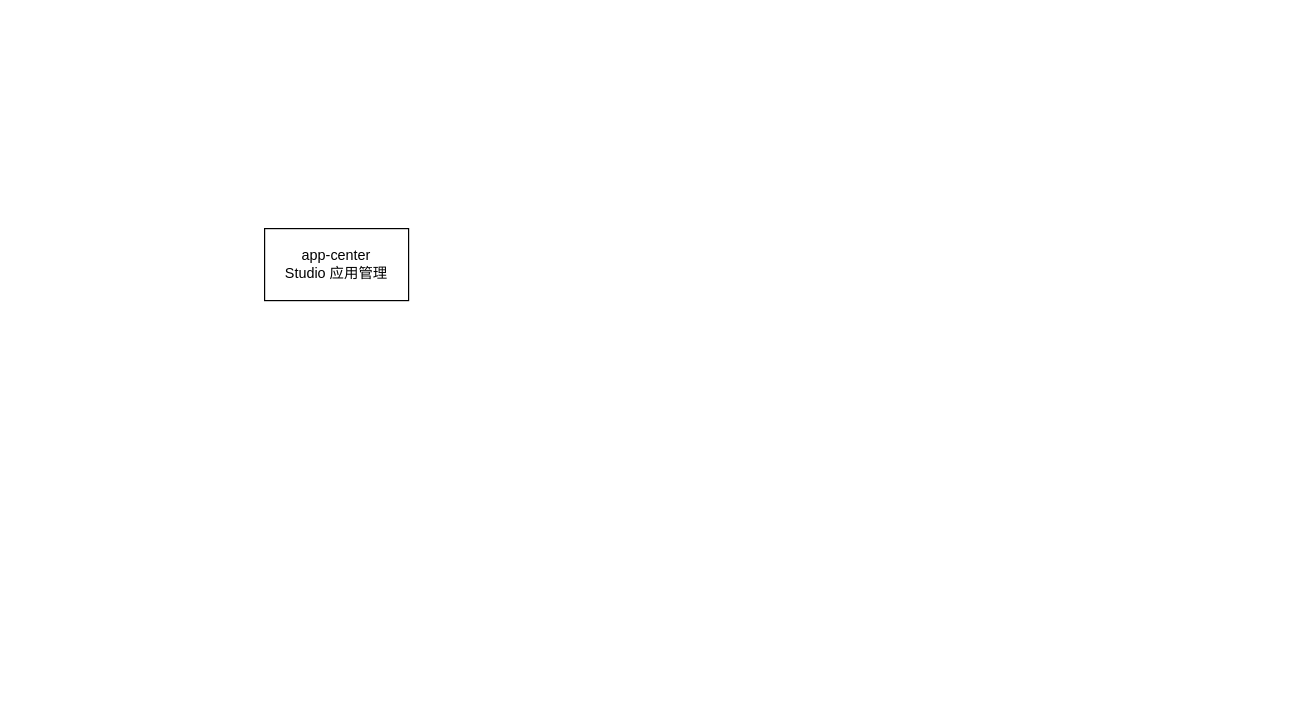
Before: 未命名绘图.drawio in JackDan9/soil, a draw.io diagram. Source tidied: cells renumbered, new cells numbered last; positions are measured from the earlier drawing's top-left corner, leaving out a move shared by most shapes. Both pictures are drawn from the tidied source at 120%, with x=0, y=0 at pixel (264, 228).
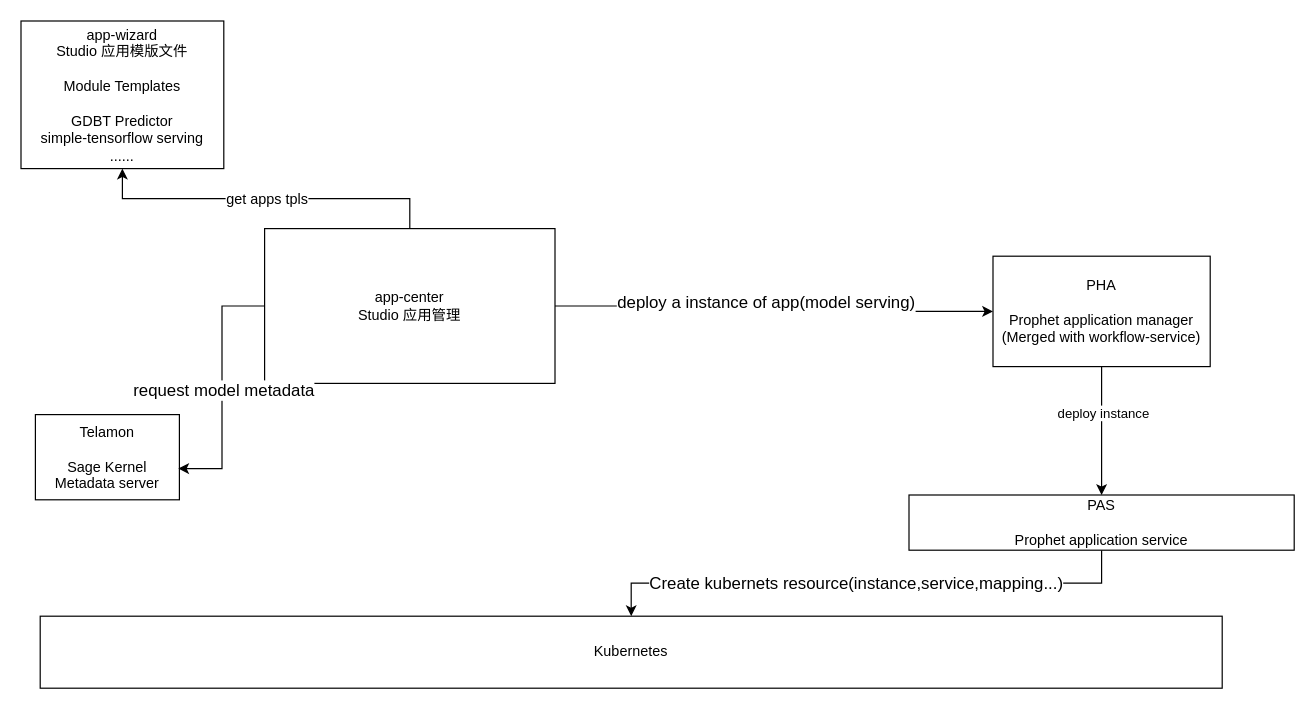
Above is the later version.

What changed in the source:
```diff
@@
 <mxGraphModel>
   <root>
     <mxCell id="0" />
     <mxCell id="1" parent="0" />
+    <mxCell id="3" style="edgeStyle=orthogonalEdgeStyle;rounded=0;jettySize=auto;html=1;exitX=0.5;exitY=0;exitDx=0;exitDy=0;entryX=0.5;entryY=1;entryDx=0;entryDy=0;" parent="1" edge="1" source="2" target="7">
+      <mxGeometry relative="1" as="geometry" />
+    </mxCell>
+    <mxCell id="4" value="&lt;font style=&quot;font-size: 12px;&quot;&gt;get apps tpls&lt;/font&gt;" style="edgeLabel;html=1;align=center;verticalAlign=middle;" parent="3" vertex="1">
+      <mxGeometry relative="1" as="geometry" />
+    </mxCell>
+    <mxCell id="5" style="edgeStyle=orthogonalEdgeStyle;rounded=0;jettySize=auto;html=1;" parent="1" edge="1" source="2" target="16">
+      <mxGeometry relative="1" as="geometry" />
+    </mxCell>
+    <mxCell id="6" value="&lt;font style=&quot;font-size: 14px;&quot;&gt;deploy a instance of app(model serving)&lt;/font&gt;" style="edgeLabel;html=1;align=center;verticalAlign=middle;rotation=0;" parent="5" vertex="1">
+      <mxGeometry x="-0.16" y="3" relative="1" as="geometry">
+        <mxPoint x="20" as="offset" />
+      </mxGeometry>
+    </mxCell>
     <mxCell id="2" value="app-center&lt;br&gt;Studio 应用管理" style="rounded=0;whiteSpace=wrap;html=1;" parent="1" vertex="1">
-      <mxGeometry width="120" height="60" as="geometry" />
+      <mxGeometry width="242" height="129" as="geometry" />
     </mxCell>
+    <mxCell id="7" value="app-wizard&lt;br&gt;Studio 应用模版文件&lt;br&gt;&lt;br&gt;Module Templates&lt;br&gt;&lt;br&gt;GDBT Predictor&lt;br&gt;simple-tensorflow serving&lt;br&gt;......" style="rounded=0;whiteSpace=wrap;html=1;" parent="1" vertex="1">
+      <mxGeometry x="-203" y="-173" width="169" height="123" as="geometry" />
+    </mxCell>
+    <mxCell id="8" value="Telamon&lt;br&gt;&lt;br&gt;Sage Kernel Metadata server" style="rounded=0;whiteSpace=wrap;html=1;" parent="1" vertex="1">
+      <mxGeometry x="-191" y="155" width="120" height="71" as="geometry" />
+    </mxCell>
+    <mxCell id="9" style="edgeStyle=orthogonalEdgeStyle;rounded=0;jettySize=auto;html=1;entryX=0.992;entryY=0.634;entryDx=0;entryDy=0;entryPerimeter=0;" parent="1" edge="1" source="2" target="8">
+      <mxGeometry relative="1" as="geometry" />
+    </mxCell>
+    <mxCell id="10" value="&lt;font style=&quot;font-size: 14px;&quot;&gt;request model metadata&lt;/font&gt;" style="edgeLabel;html=1;align=center;verticalAlign=middle;rotation=0;" parent="9" vertex="1">
+      <mxGeometry y="1" relative="1" as="geometry">
+        <mxPoint y="1" as="offset" />
+      </mxGeometry>
+    </mxCell>
+    <mxCell id="11" style="edgeStyle=orthogonalEdgeStyle;rounded=0;jettySize=auto;html=1;entryX=0.5;entryY=0;entryDx=0;entryDy=0;" parent="1" edge="1" source="13" target="17">
+      <mxGeometry relative="1" as="geometry" />
+    </mxCell>
+    <mxCell id="12" value="&lt;font style=&quot;font-size: 14px;&quot;&gt;Create kubernets resource(instance,service,mapping...)&lt;/font&gt;" style="edgeLabel;html=1;align=center;verticalAlign=middle;" parent="11" vertex="1">
+      <mxGeometry x="0.24" relative="1" as="geometry">
+        <mxPoint x="44" as="offset" />
+      </mxGeometry>
+    </mxCell>
+    <mxCell id="13" value="PAS&lt;br&gt;&lt;br&gt;Prophet application service" style="rounded=0;whiteSpace=wrap;html=1;" parent="1" vertex="1">
+      <mxGeometry x="537" y="222" width="321" height="46" as="geometry" />
+    </mxCell>
+    <mxCell id="14" style="edgeStyle=orthogonalEdgeStyle;rounded=0;jettySize=auto;html=1;entryX=0.5;entryY=0;entryDx=0;entryDy=0;" parent="1" edge="1" source="16" target="13">
+      <mxGeometry relative="1" as="geometry" />
+    </mxCell>
+    <mxCell id="15" value="deploy instance" style="edgeLabel;html=1;align=center;verticalAlign=middle;" parent="14" vertex="1">
+      <mxGeometry x="-0.29" y="1" relative="1" as="geometry" />
+    </mxCell>
+    <mxCell id="16" value="PHA&lt;br&gt;&lt;br&gt;Prophet application manager&lt;br&gt;(Merged with workflow-service)" style="rounded=0;whiteSpace=wrap;html=1;" parent="1" vertex="1">
+      <mxGeometry x="607" y="23" width="181" height="92" as="geometry" />
+    </mxCell>
+    <mxCell id="17" value="Kubernetes" style="rounded=0;whiteSpace=wrap;html=1;" parent="1" vertex="1">
+      <mxGeometry x="-187" y="323" width="985" height="60" as="geometry" />
+    </mxCell>
   </root>
 </mxGraphModel>
```
